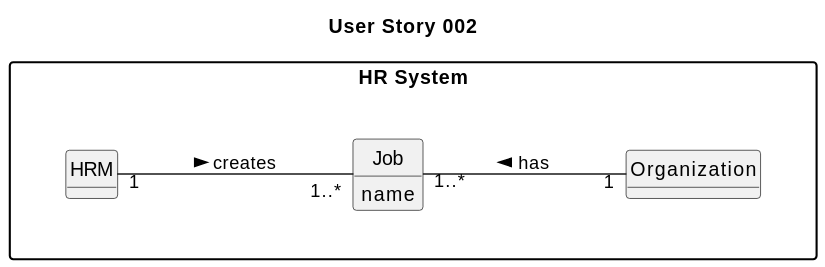
SAEmanuel/Green_Spaces_Management_ISEP keeps this PlantUML diagram as docs/sprintA/us002/02.analysis/svg/us002-domain-model-User_Story_002.svg. Above is the earlier version.
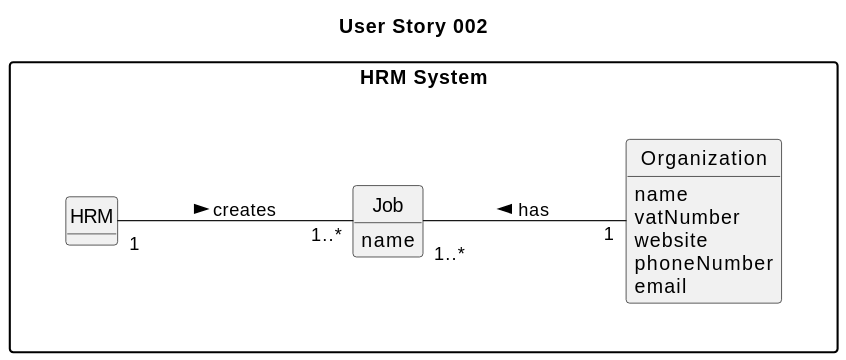
Later version of the same file.

Commit message:
US002 - Domain Model v5

Change to the diagram source:
```diff
@@ -9,7 +9,7 @@
 
 hide circle
 hide methods
-package "HR System" {
+package "HRM System" {
 
 title User Story 002
 
@@ -17,7 +17,11 @@
 }
 
 class Organization {
-
+name
+vatNumber
+website
+phoneNumber
+email
 }
 
 class Job {
```
